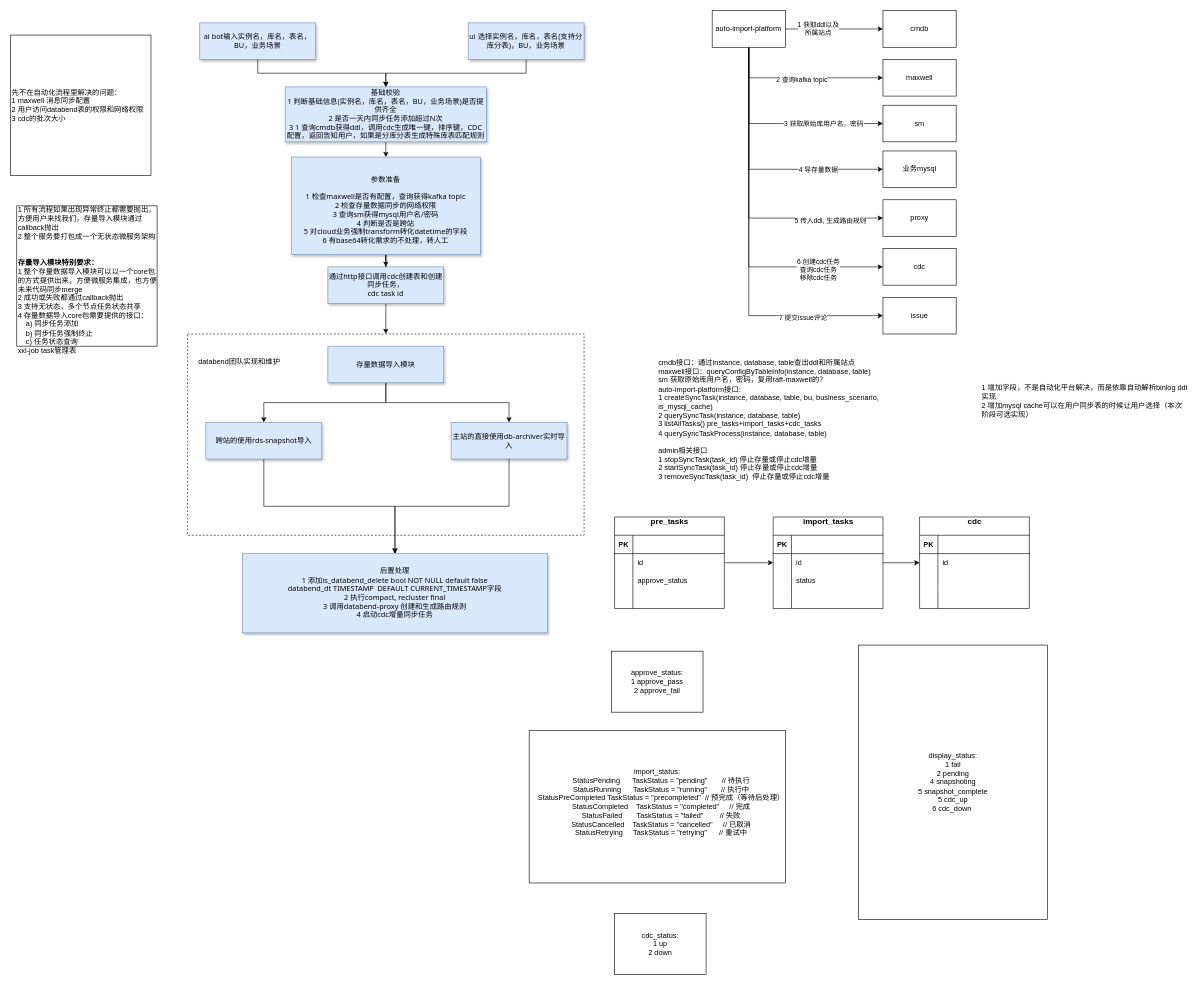
Above: doc/databend自动化数据导入流程.drawio in jackjoesh/databend (draw.io), before the change. Source tidied: cells renumbered, new cells numbered last; positions are measured from the earlier drawing's top-left corner, leaving out a move shared by most shapes. Both pictures are drawn from the tidied source at 61%, with x=0, y=0 at pixel (10, 10).
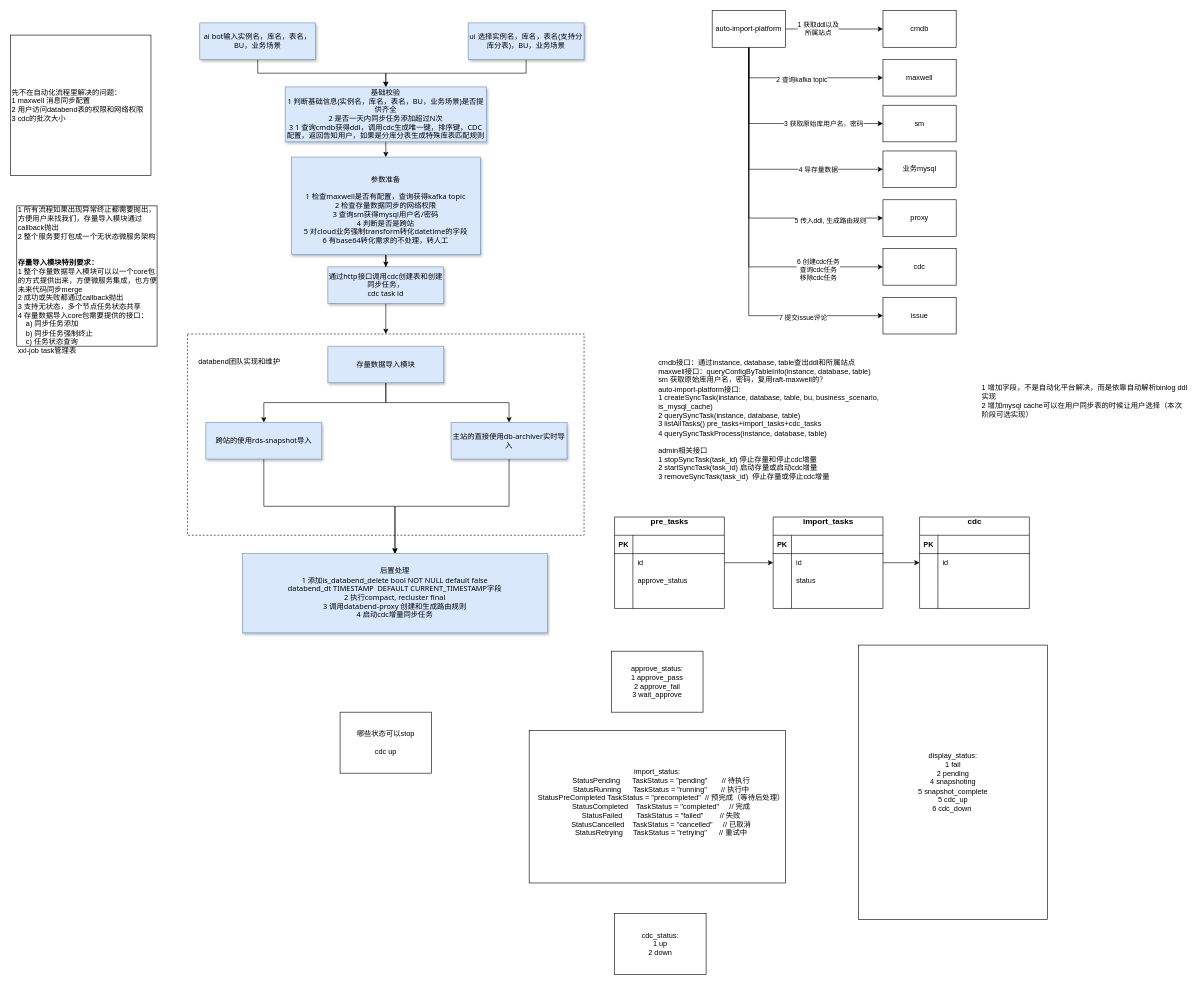
The same diagram, later.

Commit message:
更新databend自动化数据导入流程.drawio

What changed in the source:
```diff
@@
-    <mxCell id="2" value="approve_status:&lt;div&gt;1 approve_pass&lt;/div&gt;&lt;div&gt;2 approve_fail&lt;/div&gt;" style="rounded=0;whiteSpace=wrap;html=1;" parent="1" vertex="1">
+    <mxCell id="2" value="approve_status:&lt;div&gt;1 approve_pass&lt;/div&gt;&lt;div&gt;2 approve_fail&lt;/div&gt;&lt;div&gt;3 wait_approve&lt;/div&gt;" style="rounded=0;whiteSpace=wrap;html=1;" parent="1" vertex="1">
       <mxGeometry x="985" y="1050" width="150" height="100" as="geometry" />
     </mxCell>
@@
-    <mxCell id="48" value="&lt;div&gt;cmdb接口：通过instance, database, table查出ddl和所属站点&lt;/div&gt;maxwell接口：queryConfigByTableInfo(instance, database, table)&lt;div&gt;sm 获取原始库用户名，密码，复用raft-maxwell的？&lt;br&gt;&lt;div&gt;auto-import-platform接口:&amp;nbsp;&lt;/div&gt;&lt;div&gt;1 createSyncTask(&lt;span style=&quot;background-color: transparent; color: light-dark(rgb(0, 0, 0), rgb(255, 255, 255));&quot;&gt;instance, database, table, bu,&amp;nbsp;&lt;/span&gt;&lt;span style=&quot;background-color: transparent;&quot;&gt;business_scenario, is_mysql_cache&lt;/span&gt;&lt;span style=&quot;background-color: transparent; color: light-dark(rgb(0, 0, 0), rgb(255, 255, 255));&quot;&gt;)&lt;/span&gt;&lt;/div&gt;&lt;div&gt;&lt;span style=&quot;background-color: transparent; color: light-dark(rgb(0, 0, 0), rgb(255, 255, 255));&quot;&gt;2 querySyncTask&lt;/span&gt;&lt;span style=&quot;background-color: transparent; color: light-dark(rgb(0, 0, 0), rgb(255, 255, 255));&quot;&gt;(&lt;/span&gt;&lt;span style=&quot;background-color: transparent; color: light-dark(rgb(0, 0, 0), rgb(255, 255, 255));&quot;&gt;instance, database, table&lt;/span&gt;&lt;span style=&quot;background-color: transparent; color: light-dark(rgb(0, 0, 0), rgb(255, 255, 255));&quot;&gt;)&lt;/span&gt;&lt;/div&gt;&lt;div&gt;&lt;span style=&quot;background-color: transparent; color: light-dark(rgb(0, 0, 0), rgb(255, 255, 255));&quot;&gt;3 listAllTasks() pre_tasks+import_tasks+cdc_tasks&lt;/span&gt;&lt;/div&gt;&lt;div&gt;&lt;span style=&quot;background-color: transparent; color: light-dark(rgb(0, 0, 0), rgb(255, 255, 255));&quot;&gt;4 querySyncTaskProcess(&lt;/span&gt;&lt;span style=&quot;background-color: transparent; color: light-dark(rgb(0, 0, 0), rgb(255, 255, 255));&quot;&gt;instance, database, table&lt;/span&gt;&lt;span style=&quot;background-color: transparent; color: light-dark(rgb(0, 0, 0), rgb(255, 255, 255));&quot;&gt;)&lt;br&gt;&lt;br&gt;admin相关接口&lt;br&gt;&lt;/span&gt;&lt;div&gt;&lt;span style=&quot;background-color: transparent; color: light-dark(rgb(0, 0, 0), rgb(255, 255, 255));&quot;&gt;1 stop&lt;/span&gt;&lt;span style=&quot;background-color: transparent; color: light-dark(rgb(0, 0, 0), rgb(255, 255, 255));&quot;&gt;SyncTask&lt;/span&gt;&lt;span style=&quot;background-color: transparent; color: light-dark(rgb(0, 0, 0), rgb(255, 255, 255));&quot;&gt;(task_id&lt;/span&gt;&lt;span style=&quot;background-color: transparent; color: light-dark(rgb(0, 0, 0), rgb(255, 255, 255));&quot;&gt;) 停止存量或停止cdc增量&lt;/span&gt;&lt;/div&gt;&lt;div&gt;&lt;span style=&quot;color: light-dark(rgb(0, 0, 0), rgb(255, 255, 255)); background-color: transparent;&quot;&gt;2 start&lt;/span&gt;&lt;span style=&quot;color: light-dark(rgb(0, 0, 0), rgb(255, 255, 255)); background-color: transparent;&quot;&gt;SyncTask&lt;/span&gt;&lt;span style=&quot;color: light-dark(rgb(0, 0, 0), rgb(255, 255, 255)); background-color: transparent;&quot;&gt;(task_id&lt;/span&gt;&lt;span style=&quot;color: light-dark(rgb(0, 0, 0), rgb(255, 255, 255)); background-color: transparent;&quot;&gt;) 停止存量或停止cdc增量&lt;/span&gt;&lt;span style=&quot;background-color: transparent; color: light-dark(rgb(0, 0, 0), rgb(255, 255, 255));&quot;&gt;&lt;/span&gt;&lt;/div&gt;&lt;div&gt;&lt;span style=&quot;background-color: transparent; color: light-dark(rgb(0, 0, 0), rgb(255, 255, 255));&quot;&gt;3 removeSyncTask&lt;/span&gt;&lt;span style=&quot;background-color: transparent; color: light-dark(rgb(0, 0, 0), rgb(255, 255, 255));&quot;&gt;(task_id&lt;/span&gt;&lt;span style=&quot;background-color: transparent; color: light-dark(rgb(0, 0, 0), rgb(255, 255, 255));&quot;&gt;)&amp;nbsp;&amp;nbsp;&lt;/span&gt;&lt;span style=&quot;background-color: transparent; color: light-dark(rgb(0, 0, 0), rgb(255, 255, 255));&quot;&gt;停止存量或停止cdc增量&lt;/span&gt;&lt;/div&gt;&lt;/div&gt;&lt;div&gt;&lt;br&gt;&lt;/div&gt;&lt;div&gt;&lt;span style=&quot;background-color: transparent; color: light-dark(rgb(0, 0, 0), rgb(255, 255, 255));&quot;&gt;&lt;br&gt;&lt;/span&gt;&lt;/div&gt;&lt;/div&gt;" style="text;html=1;align=left;verticalAlign=middle;whiteSpace=wrap;rounded=0;" parent="1" vertex="1">
+    <mxCell id="48" value="&lt;div&gt;cmdb接口：通过instance, database, table查出ddl和所属站点&lt;/div&gt;maxwell接口：queryConfigByTableInfo(instance, database, table)&lt;div&gt;sm 获取原始库用户名，密码，复用raft-maxwell的？&lt;br&gt;&lt;div&gt;auto-import-platform接口:&amp;nbsp;&lt;/div&gt;&lt;div&gt;1 createSyncTask(&lt;span style=&quot;background-color: transparent; color: light-dark(rgb(0, 0, 0), rgb(255, 255, 255));&quot;&gt;instance, database, table, bu,&amp;nbsp;&lt;/span&gt;&lt;span style=&quot;background-color: transparent;&quot;&gt;business_scenario, is_mysql_cache&lt;/span&gt;&lt;span style=&quot;background-color: transparent; color: light-dark(rgb(0, 0, 0), rgb(255, 255, 255));&quot;&gt;)&lt;/span&gt;&lt;/div&gt;&lt;div&gt;&lt;span style=&quot;background-color: transparent; color: light-dark(rgb(0, 0, 0), rgb(255, 255, 255));&quot;&gt;2 querySyncTask&lt;/span&gt;&lt;span style=&quot;background-color: transparent; color: light-dark(rgb(0, 0, 0), rgb(255, 255, 255));&quot;&gt;(&lt;/span&gt;&lt;span style=&quot;background-color: transparent; color: light-dark(rgb(0, 0, 0), rgb(255, 255, 255));&quot;&gt;instance, database, table&lt;/span&gt;&lt;span style=&quot;background-color: transparent; color: light-dark(rgb(0, 0, 0), rgb(255, 255, 255));&quot;&gt;)&lt;/span&gt;&lt;/div&gt;&lt;div&gt;&lt;span style=&quot;background-color: transparent; color: light-dark(rgb(0, 0, 0), rgb(255, 255, 255));&quot;&gt;3 listAllTasks() pre_tasks+import_tasks+cdc_tasks&lt;/span&gt;&lt;/div&gt;&lt;div&gt;&lt;span style=&quot;background-color: transparent; color: light-dark(rgb(0, 0, 0), rgb(255, 255, 255));&quot;&gt;4 querySyncTaskProcess(&lt;/span&gt;&lt;span style=&quot;background-color: transparent; color: light-dark(rgb(0, 0, 0), rgb(255, 255, 255));&quot;&gt;instance, database, table&lt;/span&gt;&lt;span style=&quot;background-color: transparent; color: light-dark(rgb(0, 0, 0), rgb(255, 255, 255));&quot;&gt;)&lt;br&gt;&lt;br&gt;admin相关接口&lt;br&gt;&lt;/span&gt;&lt;div&gt;&lt;span style=&quot;background-color: transparent; color: light-dark(rgb(0, 0, 0), rgb(255, 255, 255));&quot;&gt;1 stop&lt;/span&gt;&lt;span style=&quot;background-color: transparent; color: light-dark(rgb(0, 0, 0), rgb(255, 255, 255));&quot;&gt;SyncTask&lt;/span&gt;&lt;span style=&quot;background-color: transparent; color: light-dark(rgb(0, 0, 0), rgb(255, 255, 255));&quot;&gt;(task_id&lt;/span&gt;&lt;span style=&quot;background-color: transparent; color: light-dark(rgb(0, 0, 0), rgb(255, 255, 255));&quot;&gt;) 停止存量和停止cdc增量&lt;/span&gt;&lt;/div&gt;&lt;div&gt;&lt;span style=&quot;color: light-dark(rgb(0, 0, 0), rgb(255, 255, 255)); background-color: transparent;&quot;&gt;2 start&lt;/span&gt;&lt;span style=&quot;color: light-dark(rgb(0, 0, 0), rgb(255, 255, 255)); background-color: transparent;&quot;&gt;SyncTask&lt;/span&gt;&lt;span style=&quot;color: light-dark(rgb(0, 0, 0), rgb(255, 255, 255)); background-color: transparent;&quot;&gt;(task_id&lt;/span&gt;&lt;span style=&quot;color: light-dark(rgb(0, 0, 0), rgb(255, 255, 255)); background-color: transparent;&quot;&gt;) 启动存量或启动cdc增量&lt;/span&gt;&lt;span style=&quot;background-color: transparent; color: light-dark(rgb(0, 0, 0), rgb(255, 255, 255));&quot;&gt;&lt;/span&gt;&lt;/div&gt;&lt;div&gt;&lt;span style=&quot;background-color: transparent; color: light-dark(rgb(0, 0, 0), rgb(255, 255, 255));&quot;&gt;3 removeSyncTask&lt;/span&gt;&lt;span style=&quot;background-color: transparent; color: light-dark(rgb(0, 0, 0), rgb(255, 255, 255));&quot;&gt;(task_id&lt;/span&gt;&lt;span style=&quot;background-color: transparent; color: light-dark(rgb(0, 0, 0), rgb(255, 255, 255));&quot;&gt;)&amp;nbsp;&amp;nbsp;&lt;/span&gt;&lt;span style=&quot;background-color: transparent; color: light-dark(rgb(0, 0, 0), rgb(255, 255, 255));&quot;&gt;停止存量或停止cdc增量&lt;/span&gt;&lt;/div&gt;&lt;/div&gt;&lt;div&gt;&lt;br&gt;&lt;/div&gt;&lt;div&gt;&lt;span style=&quot;background-color: transparent; color: light-dark(rgb(0, 0, 0), rgb(255, 255, 255));&quot;&gt;&lt;br&gt;&lt;/span&gt;&lt;/div&gt;&lt;/div&gt;" style="text;html=1;align=left;verticalAlign=middle;whiteSpace=wrap;rounded=0;" parent="1" vertex="1">
       <mxGeometry x="1060" y="560" width="400" height="250" as="geometry" />
     </mxCell>
@@
+    <mxCell id="94" value="哪些状态可以stop&lt;br&gt;&lt;br&gt;cdc up" style="rounded=0;whiteSpace=wrap;html=1;" parent="1" vertex="1">
+      <mxGeometry x="540" y="1150" width="150" height="100" as="geometry" />
+    </mxCell>
```
